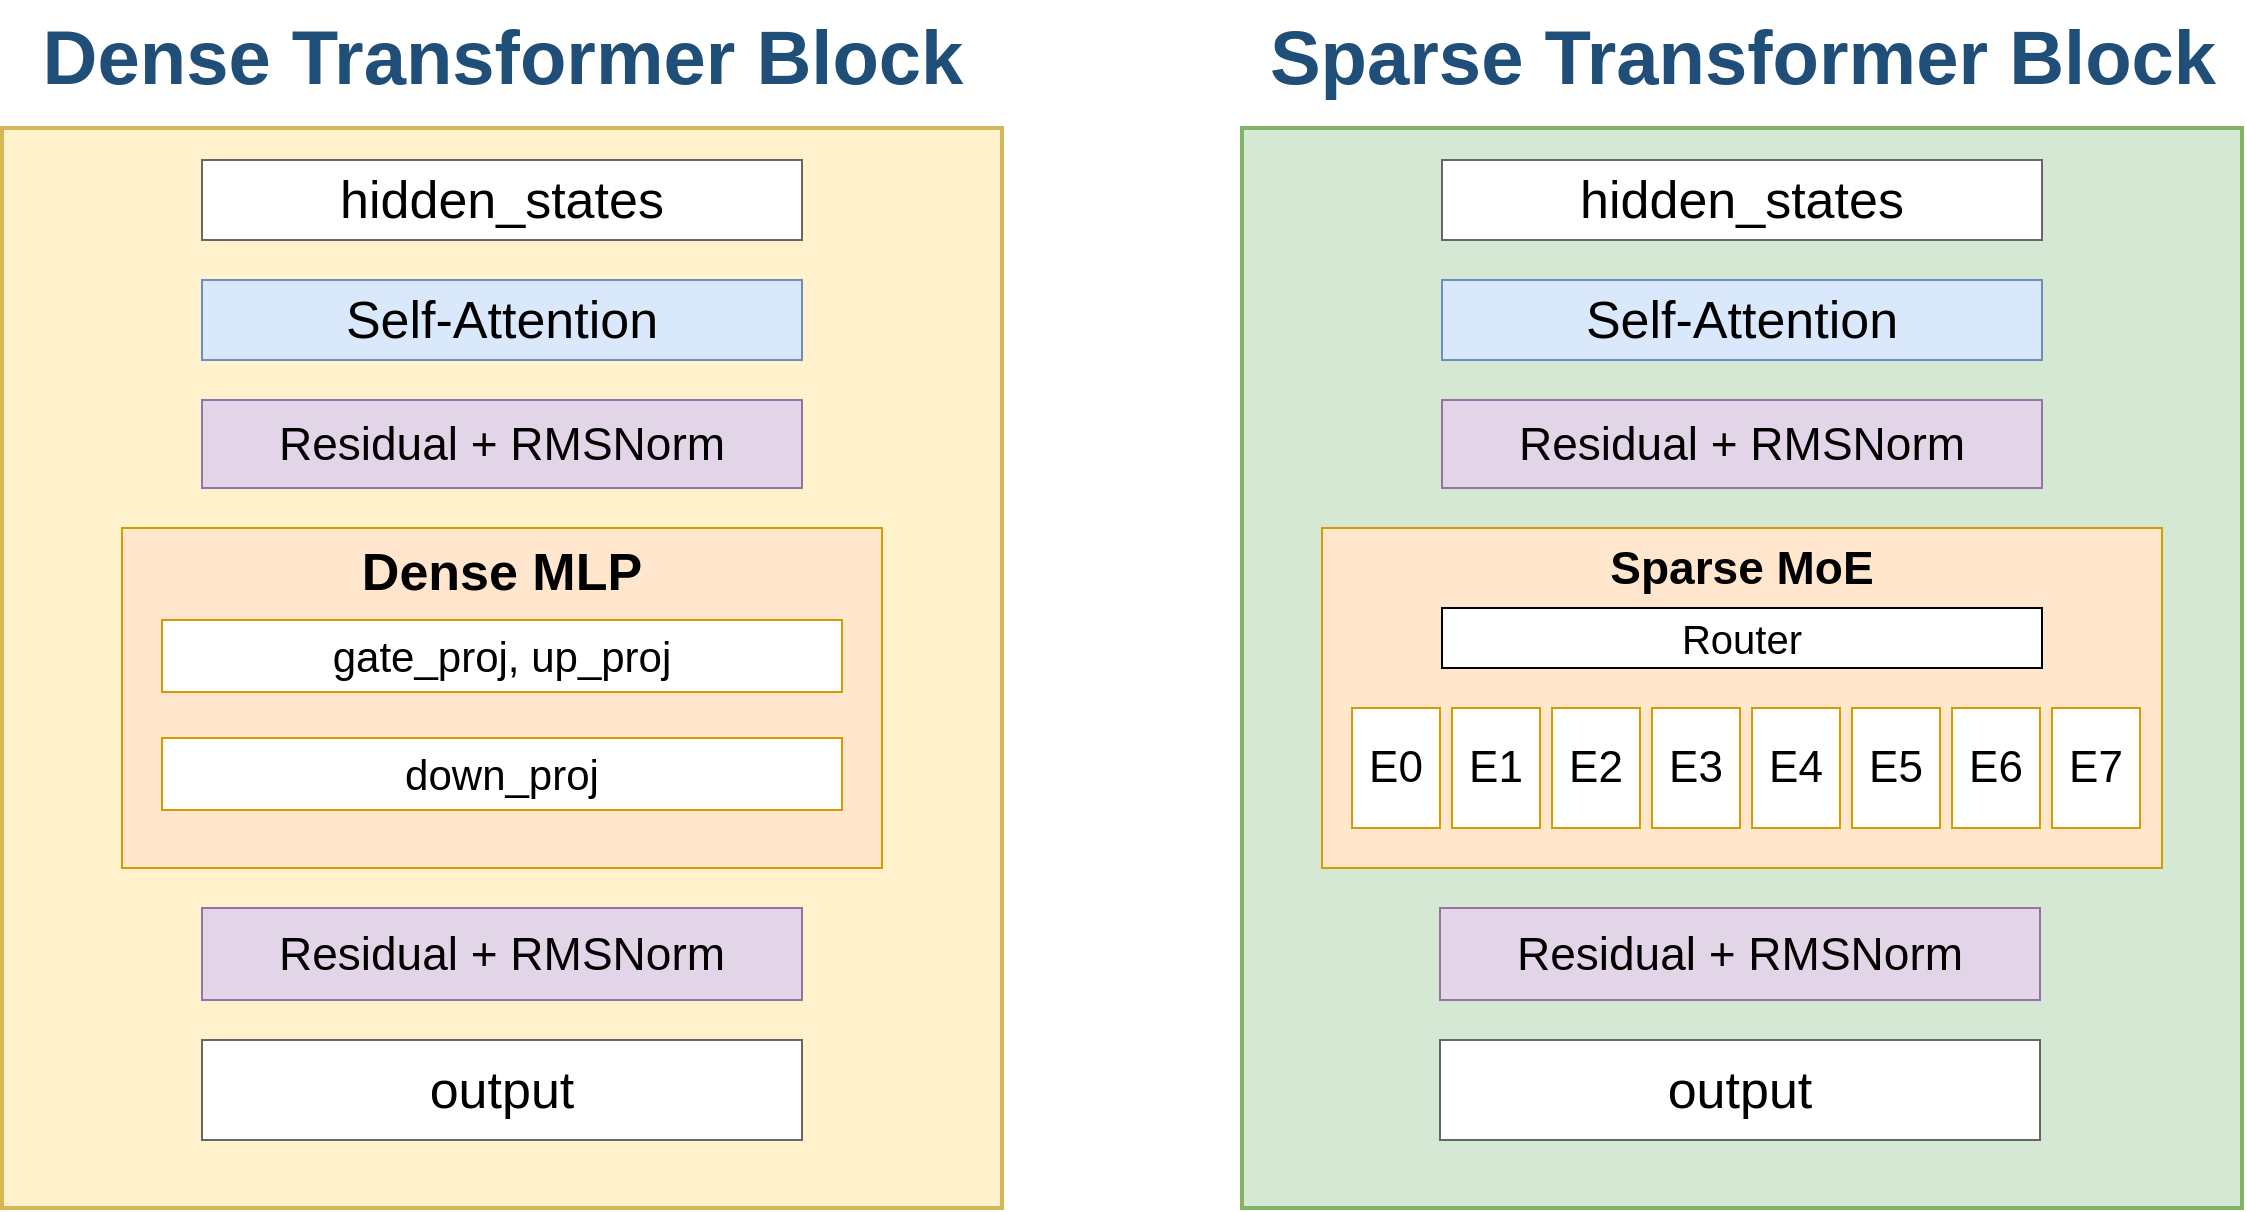
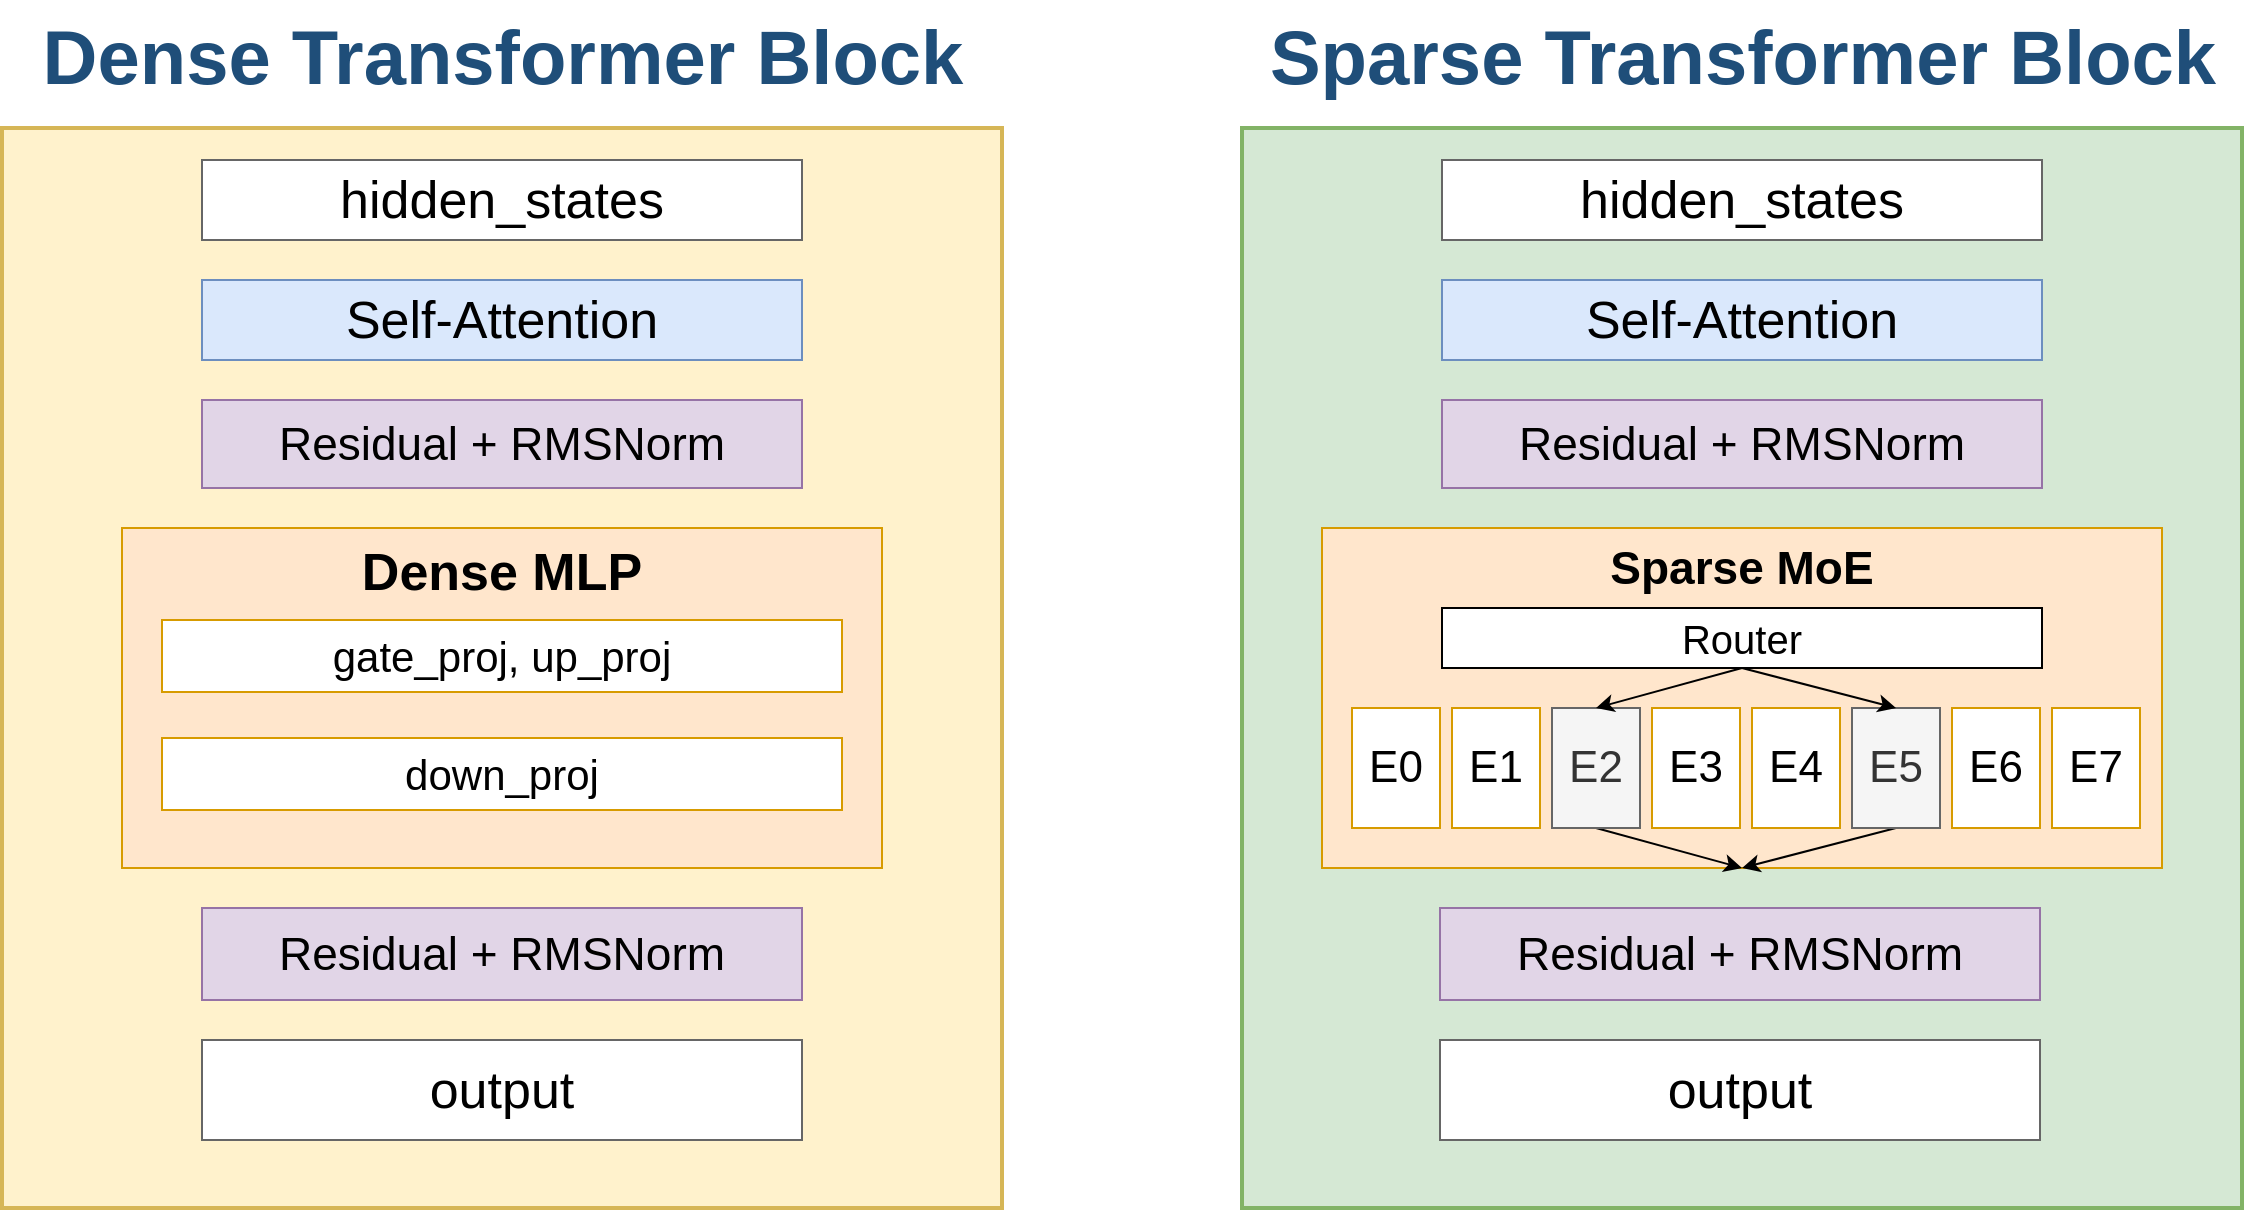
<mxfile host="65bd71144e">
    <diagram name="dense-to-sparse" id="dense-to-sparse">
-         <mxGraphModel dx="858" dy="928" grid="1" gridSize="10" guides="1" tooltips="1" connect="1" arrows="1" fold="1" page="1" pageScale="1" pageWidth="1168" pageHeight="628" math="0" shadow="0">
+         <mxGraphModel dx="2542" dy="1437" grid="1" gridSize="10" guides="1" tooltips="1" connect="1" arrows="1" fold="1" page="1" pageScale="1" pageWidth="1168" pageHeight="628" math="0" shadow="0">
            <root>
                <mxCell id="0"/>
                <mxCell id="1" parent="0"/>
                <mxCell id="title_l" value="Dense Transformer Block" style="text;html=1;align=center;fontSize=38;fontStyle=1;fontColor=#1F4E79;" parent="1" vertex="1">
                    <mxGeometry x="24" width="500" height="32" as="geometry"/>
                </mxCell>
                <mxCell id="title_r" value="Sparse Transformer Block" style="text;html=1;align=center;fontSize=38;fontStyle=1;fontColor=#1F4E79;" parent="1" vertex="1">
                    <mxGeometry x="644" width="500" height="32" as="geometry"/>
                </mxCell>
                <mxCell id="box_l" value="" style="rounded=0;whiteSpace=wrap;html=1;fillColor=#FFF2CC;strokeColor=#D6B656;strokeWidth=2;" parent="1" vertex="1">
                    <mxGeometry x="24" y="64" width="500" height="540" as="geometry"/>
                </mxCell>
                <mxCell id="box_r" value="" style="rounded=0;whiteSpace=wrap;html=1;fillColor=#D5E8D4;strokeColor=#82B366;strokeWidth=2;" parent="1" vertex="1">
                    <mxGeometry x="644" y="64" width="500" height="540" as="geometry"/>
                </mxCell>
                <mxCell id="l_in" value="hidden_states" style="rounded=0;whiteSpace=wrap;html=1;fillColor=#ffffff;strokeColor=#666;fontSize=26;" parent="1" vertex="1">
                    <mxGeometry x="124" y="80" width="300" height="40" as="geometry"/>
                </mxCell>
                <mxCell id="l_attn" value="Self-Attention" style="rounded=0;whiteSpace=wrap;html=1;fillColor=#DAE8FC;strokeColor=#6C8EBF;fontSize=26;" parent="1" vertex="1">
                    <mxGeometry x="124" y="140" width="300" height="40" as="geometry"/>
                </mxCell>
                <mxCell id="l_norm1" value="Residual + RMSNorm" style="rounded=0;whiteSpace=wrap;html=1;fillColor=#E1D5E7;strokeColor=#9673A6;fontSize=23;" parent="1" vertex="1">
                    <mxGeometry x="124" y="200" width="300" height="44" as="geometry"/>
                </mxCell>
                <mxCell id="l_mlp" value="Dense MLP" style="rounded=0;whiteSpace=wrap;html=1;fillColor=#FFE6CC;strokeColor=#D79B00;fontSize=26;fontStyle=1;verticalAlign=top;" parent="1" vertex="1">
                    <mxGeometry x="84" y="264" width="380" height="170" as="geometry"/>
                </mxCell>
                <mxCell id="l_w13" value="&lt;font style=&quot;font-size: 21px;&quot;&gt;gate_proj, up_proj&lt;/font&gt;" style="rounded=0;whiteSpace=wrap;html=1;fillColor=#ffffff;strokeColor=#D79B00;fontSize=23;" parent="1" vertex="1">
                    <mxGeometry x="104" y="310" width="340" height="36" as="geometry"/>
                </mxCell>
                <mxCell id="l_w2" value="&lt;font style=&quot;font-size: 21px;&quot;&gt;down_proj&lt;/font&gt;" style="rounded=0;whiteSpace=wrap;html=1;fillColor=#ffffff;strokeColor=#D79B00;fontSize=23;" parent="1" vertex="1">
                    <mxGeometry x="104" y="369" width="340" height="36" as="geometry"/>
                </mxCell>
                <mxCell id="l_norm2" value="Residual + RMSNorm" style="rounded=0;whiteSpace=wrap;html=1;fillColor=#E1D5E7;strokeColor=#9673A6;fontSize=23;" parent="1" vertex="1">
                    <mxGeometry x="124" y="454" width="300" height="46" as="geometry"/>
                </mxCell>
                <mxCell id="l_out" value="output" style="rounded=0;whiteSpace=wrap;html=1;fillColor=#ffffff;strokeColor=#666;fontSize=26;" parent="1" vertex="1">
                    <mxGeometry x="124" y="520" width="300" height="50" as="geometry"/>
                </mxCell>
                <mxCell id="r_in" value="hidden_states" style="rounded=0;whiteSpace=wrap;html=1;fillColor=#ffffff;strokeColor=#666;fontSize=26;" parent="1" vertex="1">
                    <mxGeometry x="744" y="80" width="300" height="40" as="geometry"/>
                </mxCell>
                <mxCell id="r_attn" value="Self-Attention" style="rounded=0;whiteSpace=wrap;html=1;fillColor=#DAE8FC;strokeColor=#6C8EBF;fontSize=26;" parent="1" vertex="1">
                    <mxGeometry x="744" y="140" width="300" height="40" as="geometry"/>
                </mxCell>
                <mxCell id="r_norm1" value="Residual + RMSNorm" style="rounded=0;whiteSpace=wrap;html=1;fillColor=#E1D5E7;strokeColor=#9673A6;fontSize=23;" parent="1" vertex="1">
                    <mxGeometry x="744" y="200" width="300" height="44" as="geometry"/>
                </mxCell>
                <mxCell id="r_experts" value="Sparse MoE" style="rounded=0;whiteSpace=wrap;html=1;fillColor=#FFE6CC;strokeColor=#D79B00;fontSize=23;fontStyle=1;verticalAlign=top;" parent="1" vertex="1">
                    <mxGeometry x="684" y="264" width="420" height="170" as="geometry"/>
                </mxCell>
                <mxCell id="e0" value="E0" style="rounded=0;whiteSpace=wrap;html=1;fillColor=#ffffff;strokeColor=#D79B00;fontSize=22;" parent="1" vertex="1">
                    <mxGeometry x="699" y="354" width="44" height="60" as="geometry"/>
                </mxCell>
                <mxCell id="e1" value="E1" style="rounded=0;whiteSpace=wrap;html=1;fillColor=#ffffff;strokeColor=#D79B00;fontSize=22;" parent="1" vertex="1">
                    <mxGeometry x="749" y="354" width="44" height="60" as="geometry"/>
                </mxCell>
-                 <mxCell id="e2" value="E2" style="rounded=0;whiteSpace=wrap;html=1;fillColor=#ffffff;strokeColor=#D79B00;fontSize=22;" parent="1" vertex="1">
+                 <mxCell id="4" style="edgeStyle=none;html=1;exitX=0.5;exitY=1;exitDx=0;exitDy=0;entryX=0.5;entryY=1;entryDx=0;entryDy=0;" edge="1" parent="1" source="e2" target="r_experts">
+                     <mxGeometry relative="1" as="geometry"/>
+                 </mxCell>
+                 <mxCell id="e2" value="E2" style="rounded=0;whiteSpace=wrap;html=1;fillColor=#f5f5f5;strokeColor=#666666;fontSize=22;fontColor=#333333;" parent="1" vertex="1">
                    <mxGeometry x="799" y="354" width="44" height="60" as="geometry"/>
                </mxCell>
                <mxCell id="e3" value="E3" style="rounded=0;whiteSpace=wrap;html=1;fillColor=#ffffff;strokeColor=#D79B00;fontSize=22;" parent="1" vertex="1">
                    <mxGeometry x="849" y="354" width="44" height="60" as="geometry"/>
                </mxCell>
                <mxCell id="e4" value="E4" style="rounded=0;whiteSpace=wrap;html=1;fillColor=#ffffff;strokeColor=#D79B00;fontSize=22;" parent="1" vertex="1">
                    <mxGeometry x="899" y="354" width="44" height="60" as="geometry"/>
                </mxCell>
-                 <mxCell id="e5" value="E5" style="rounded=0;whiteSpace=wrap;html=1;fillColor=#ffffff;strokeColor=#D79B00;fontSize=22;" parent="1" vertex="1">
+                 <mxCell id="5" style="edgeStyle=none;html=1;exitX=0.5;exitY=1;exitDx=0;exitDy=0;entryX=0.5;entryY=1;entryDx=0;entryDy=0;" edge="1" parent="1" source="e5" target="r_experts">
+                     <mxGeometry relative="1" as="geometry">
+                         <mxPoint x="890.0000000000002" y="430" as="targetPoint"/>
+                     </mxGeometry>
+                 </mxCell>
+                 <mxCell id="e5" value="E5" style="rounded=0;whiteSpace=wrap;html=1;fillColor=#f5f5f5;strokeColor=#666666;fontSize=22;fontColor=#333333;" parent="1" vertex="1">
                    <mxGeometry x="949" y="354" width="44" height="60" as="geometry"/>
                </mxCell>
                <mxCell id="e6" value="E6" style="rounded=0;whiteSpace=wrap;html=1;fillColor=#ffffff;strokeColor=#D79B00;fontSize=22;" parent="1" vertex="1">
                    <mxGeometry x="999" y="354" width="44" height="60" as="geometry"/>
                </mxCell>
                <mxCell id="e7" value="E7" style="rounded=0;whiteSpace=wrap;html=1;fillColor=#ffffff;strokeColor=#D79B00;fontSize=22;" parent="1" vertex="1">
                    <mxGeometry x="1049" y="354" width="44" height="60" as="geometry"/>
                </mxCell>
                <mxCell id="r_norm2" value="Residual + RMSNorm" style="rounded=0;whiteSpace=wrap;html=1;fillColor=#E1D5E7;strokeColor=#9673A6;fontSize=23;" parent="1" vertex="1">
                    <mxGeometry x="743" y="454" width="300" height="46" as="geometry"/>
                </mxCell>
                <mxCell id="r_out" value="output" style="rounded=0;whiteSpace=wrap;html=1;fillColor=#ffffff;strokeColor=#666;fontSize=26;" parent="1" vertex="1">
                    <mxGeometry x="743" y="520" width="300" height="50" as="geometry"/>
                </mxCell>
+                 <mxCell id="3" style="edgeStyle=none;html=1;entryX=0.5;entryY=0;entryDx=0;entryDy=0;exitX=0.5;exitY=1;exitDx=0;exitDy=0;" edge="1" parent="1" source="r_router" target="e5">
+                     <mxGeometry relative="1" as="geometry"/>
+                 </mxCell>
                <mxCell id="r_router" value="&lt;span style=&quot;font-weight: normal;&quot;&gt;&lt;font style=&quot;font-size: 20px;&quot;&gt;Router&lt;/font&gt;&lt;/span&gt;" style="rounded=0;whiteSpace=wrap;html=1;fontSize=23;fontStyle=1;" parent="1" vertex="1">
                    <mxGeometry x="744" y="304" width="300" height="30" as="geometry"/>
+                 </mxCell>
+                 <mxCell id="2" value="" style="endArrow=classic;html=1;entryX=0.5;entryY=0;entryDx=0;entryDy=0;exitX=0.5;exitY=1;exitDx=0;exitDy=0;" edge="1" parent="1" source="r_router" target="e2">
+                     <mxGeometry width="50" height="50" relative="1" as="geometry">
+                         <mxPoint x="560" y="470" as="sourcePoint"/>
+                         <mxPoint x="610" y="420" as="targetPoint"/>
+                     </mxGeometry>
                </mxCell>
            </root>
        </mxGraphModel>
    </diagram>
</mxfile>